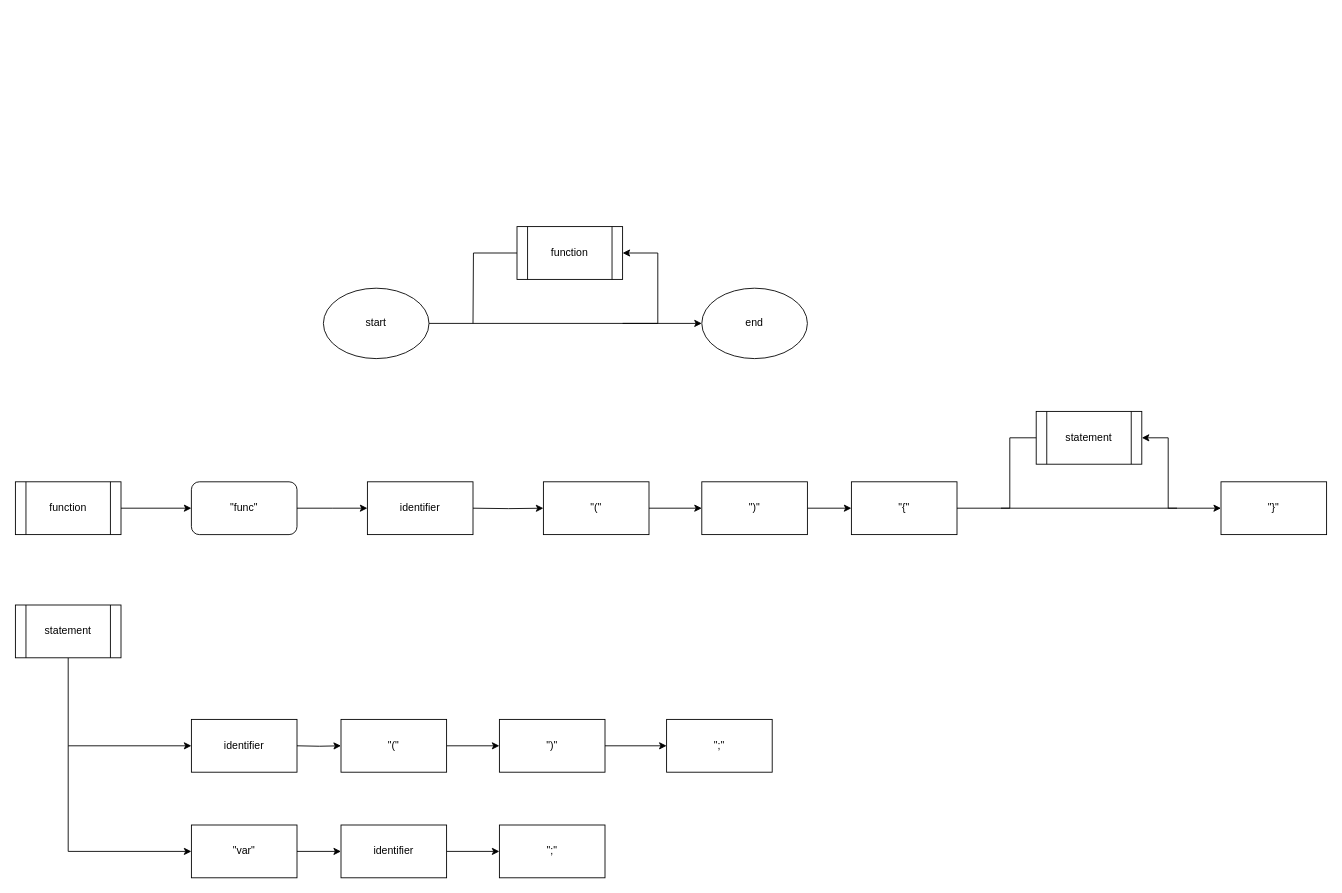
The draw.io diagram grammar.drawio in DavidC1999/C2, before the edit. Source tidied: cells renumbered, new cells numbered last; positions are measured from the earlier drawing's top-left corner, leaving out a move shared by most shapes. Both pictures are drawn from the tidied source at 88%, with x=0, y=0 at pixel (15, 226).
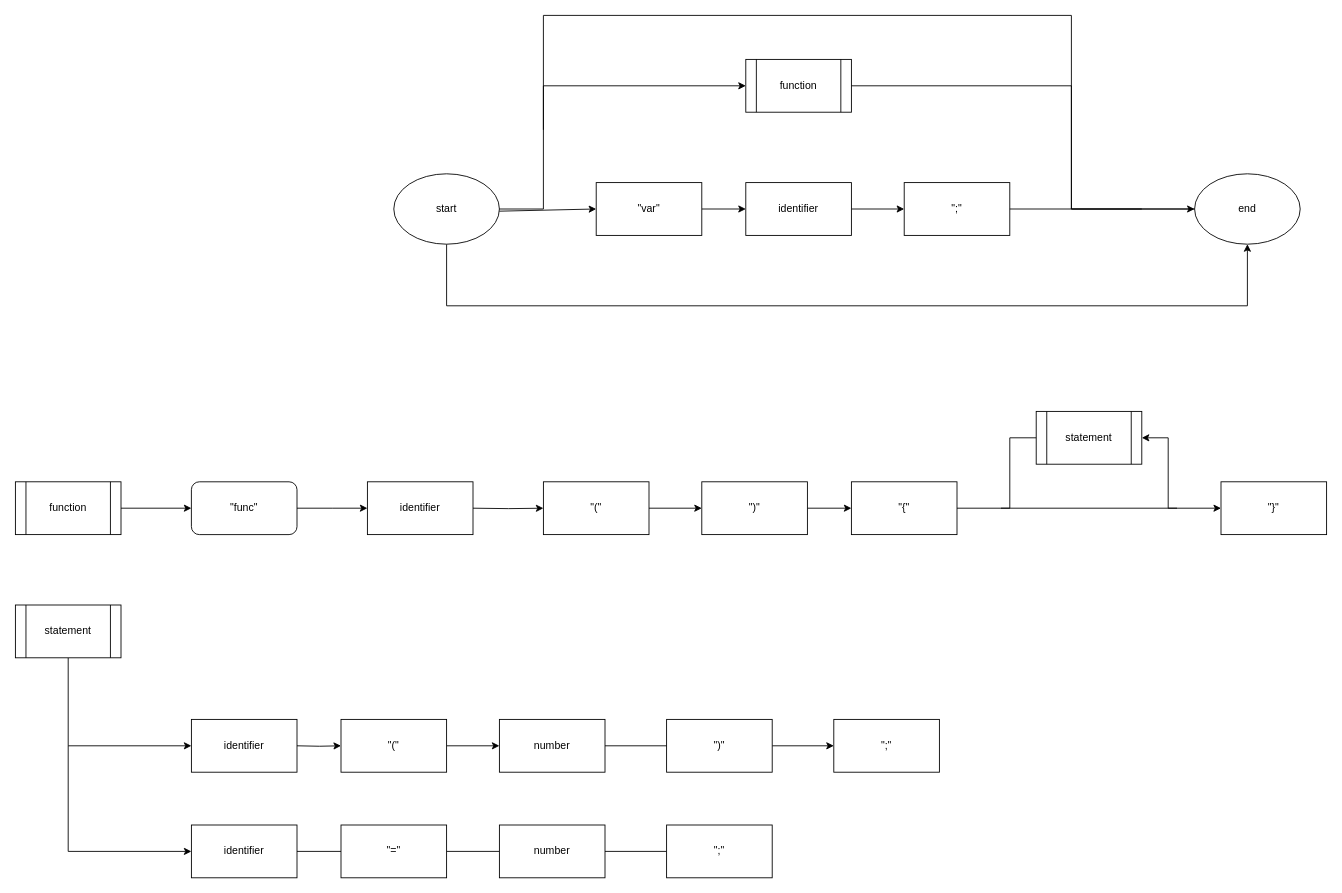
The same page after the edit.

Unchanged cells that the change refers to:
```xml
<mxCell id="24" value="&quot;(&quot;" style="rounded=0;whiteSpace=wrap;html=1;" parent="1" vertex="1">
  <mxGeometry x="370" y="560" width="120" height="60" as="geometry" />
</mxCell>
```

The edit, as a diff of the source:
```diff
@@
     <mxCell id="2" style="edgeStyle=orthogonalEdgeStyle;rounded=0;jettySize=auto;html=1;" parent="1" edge="1" source="3" target="5">
-      <mxGeometry relative="1" as="geometry" />
+      <mxGeometry relative="1" as="geometry">
+        <Array as="points">
+          <mxPoint x="490" y="90" />
+          <mxPoint x="1400" y="90" />
+        </Array>
+      </mxGeometry>
     </mxCell>
     <mxCell id="3" value="&lt;div&gt;start&lt;/div&gt;" style="ellipse;whiteSpace=wrap;html=1;" parent="1" vertex="1">
-      <mxGeometry x="350" y="70" width="120" height="80" as="geometry" />
+      <mxGeometry x="430" y="-60" width="120" height="80" as="geometry" />
     </mxCell>
-    <mxCell id="4" style="edgeStyle=orthogonalEdgeStyle;rounded=0;jettySize=auto;html=1;" parent="1" edge="1" target="11">
-      <mxGeometry relative="1" as="geometry">
-        <mxPoint x="690" y="110" as="sourcePoint" />
-        <Array as="points">
-          <mxPoint x="730" y="110" />
-          <mxPoint x="730" y="30" />
-        </Array>
-      </mxGeometry>
-    </mxCell>
     <mxCell id="5" value="&lt;div&gt;end&lt;/div&gt;" style="ellipse;whiteSpace=wrap;html=1;" parent="1" vertex="1">
-      <mxGeometry x="780" y="70" width="120" height="80" as="geometry" />
+      <mxGeometry x="1340" y="-60" width="120" height="80" as="geometry" />
     </mxCell>
@@
     <mxCell id="11" value="function" style="shape=process;whiteSpace=wrap;html=1;backgroundOutline=1;" parent="1" vertex="1">
-      <mxGeometry x="570" width="120" height="60" as="geometry" />
+      <mxGeometry x="830" y="-190" width="120" height="60" as="geometry" />
     </mxCell>
@@
-    <mxCell id="23" style="edgeStyle=orthogonalEdgeStyle;rounded=0;jettySize=auto;html=1;" parent="1" edge="1" source="24" target="26">
+    <mxCell id="23" style="edgeStyle=orthogonalEdgeStyle;rounded=0;jettySize=auto;html=1;" parent="1" edge="1" source="24" target="47">
       <mxGeometry relative="1" as="geometry" />
     </mxCell>
@@
     <mxCell id="26" value="&quot;)&quot;" style="rounded=0;whiteSpace=wrap;html=1;" parent="1" vertex="1">
-      <mxGeometry x="550" y="560" width="120" height="60" as="geometry" />
+      <mxGeometry x="740" y="560" width="120" height="60" as="geometry" />
     </mxCell>
     <mxCell id="27" value="&quot;;&quot;" style="rounded=0;whiteSpace=wrap;html=1;" parent="1" vertex="1">
-      <mxGeometry x="740" y="560" width="120" height="60" as="geometry" />
+      <mxGeometry x="930" y="560" width="120" height="60" as="geometry" />
     </mxCell>
@@
-    <mxCell id="32" style="endArrow=none;html=1;rounded=0;edgeStyle=orthogonalEdgeStyle;endFill=0;" parent="1" edge="1" source="11">
-      <mxGeometry relative="1" as="geometry">
-        <mxPoint x="520" y="110" as="targetPoint" />
-      </mxGeometry>
-    </mxCell>
@@
     <mxCell id="34" value="&quot;var&quot;" style="rounded=0;whiteSpace=wrap;html=1;" parent="1" vertex="1">
-      <mxGeometry x="200" y="680" width="120" height="60" as="geometry" />
+      <mxGeometry x="660" y="-50" width="120" height="60" as="geometry" />
     </mxCell>
@@
     <mxCell id="36" value="identifier" style="rounded=0;whiteSpace=wrap;html=1;" parent="1" vertex="1">
-      <mxGeometry x="370" y="680" width="120" height="60" as="geometry" />
+      <mxGeometry x="830" y="-50" width="120" height="60" as="geometry" />
     </mxCell>
     <mxCell id="37" value="&quot;;&quot;" style="rounded=0;whiteSpace=wrap;html=1;" parent="1" vertex="1">
-      <mxGeometry x="550" y="680" width="120" height="60" as="geometry" />
+      <mxGeometry x="1010" y="-50" width="120" height="60" as="geometry" />
     </mxCell>
-    <mxCell id="38" style="endArrow=classic;html=1;rounded=0;edgeStyle=orthogonalEdgeStyle;" parent="1" edge="1" target="34">
+    <mxCell id="38" style="endArrow=classic;html=1;rounded=0;edgeStyle=orthogonalEdgeStyle;" parent="1" edge="1" target="45">
       <mxGeometry relative="1" as="geometry">
         <mxPoint x="60" y="590" as="sourcePoint" />
         <Array as="points">
           <mxPoint x="60" y="710" />
         </Array>
       </mxGeometry>
     </mxCell>
+    <mxCell id="39" style="endArrow=classic;html=1;rounded=0;" parent="1" edge="1" source="3" target="34">
+      <mxGeometry relative="1" as="geometry" />
+    </mxCell>
+    <mxCell id="40" style="endArrow=classic;html=1;rounded=0;edgeStyle=orthogonalEdgeStyle;" parent="1" edge="1" source="3" target="11">
+      <mxGeometry relative="1" as="geometry">
+        <Array as="points">
+          <mxPoint x="600" y="-20" />
+          <mxPoint x="600" y="-160" />
+        </Array>
+      </mxGeometry>
+    </mxCell>
+    <mxCell id="41" style="endArrow=none;html=1;rounded=0;" parent="1" edge="1" source="37" target="5">
+      <mxGeometry relative="1" as="geometry" />
+    </mxCell>
+    <mxCell id="42" style="endArrow=classic;html=1;rounded=0;edgeStyle=orthogonalEdgeStyle;" parent="1" edge="1" source="11" target="5">
+      <mxGeometry relative="1" as="geometry">
+        <Array as="points">
+          <mxPoint x="1200" y="-160" />
+          <mxPoint x="1200" y="-20" />
+        </Array>
+      </mxGeometry>
+    </mxCell>
+    <mxCell id="43" style="endArrow=none;html=1;rounded=0;edgeStyle=orthogonalEdgeStyle;endFill=0;" parent="1" edge="1">
+      <mxGeometry relative="1" as="geometry">
+        <mxPoint x="1280" y="-20" as="sourcePoint" />
+        <mxPoint x="600" y="-110" as="targetPoint" />
+        <Array as="points">
+          <mxPoint x="1200" y="-20" />
+          <mxPoint x="1200" y="-240" />
+          <mxPoint x="600" y="-240" />
+        </Array>
+      </mxGeometry>
+    </mxCell>
+    <mxCell id="44" style="edgeStyle=orthogonalEdgeStyle;rounded=0;jettySize=auto;html=1;endArrow=none;endFill=0;" parent="1" edge="1" source="45" target="49">
+      <mxGeometry relative="1" as="geometry" />
+    </mxCell>
+    <mxCell id="45" value="identifier" style="rounded=0;whiteSpace=wrap;html=1;" parent="1" vertex="1">
+      <mxGeometry x="200" y="680" width="120" height="60" as="geometry" />
+    </mxCell>
+    <mxCell id="46" style="edgeStyle=orthogonalEdgeStyle;rounded=0;jettySize=auto;html=1;endArrow=none;endFill=0;" parent="1" edge="1" source="47" target="26">
+      <mxGeometry relative="1" as="geometry" />
+    </mxCell>
+    <mxCell id="47" value="number" style="rounded=0;whiteSpace=wrap;html=1;" parent="1" vertex="1">
+      <mxGeometry x="550" y="560" width="120" height="60" as="geometry" />
+    </mxCell>
+    <mxCell id="48" style="edgeStyle=orthogonalEdgeStyle;rounded=0;jettySize=auto;html=1;endArrow=none;endFill=0;" parent="1" edge="1" source="49" target="51">
+      <mxGeometry relative="1" as="geometry" />
+    </mxCell>
+    <mxCell id="49" value="&quot;=&quot;" style="rounded=0;whiteSpace=wrap;html=1;" parent="1" vertex="1">
+      <mxGeometry x="370" y="680" width="120" height="60" as="geometry" />
+    </mxCell>
+    <mxCell id="50" style="edgeStyle=orthogonalEdgeStyle;rounded=0;jettySize=auto;html=1;endArrow=none;endFill=0;" parent="1" edge="1" source="51" target="52">
+      <mxGeometry relative="1" as="geometry" />
+    </mxCell>
+    <mxCell id="51" value="number" style="rounded=0;whiteSpace=wrap;html=1;" parent="1" vertex="1">
+      <mxGeometry x="550" y="680" width="120" height="60" as="geometry" />
+    </mxCell>
+    <mxCell id="52" value="&quot;;&quot;" style="rounded=0;whiteSpace=wrap;html=1;" parent="1" vertex="1">
+      <mxGeometry x="740" y="680" width="120" height="60" as="geometry" />
+    </mxCell>
```
